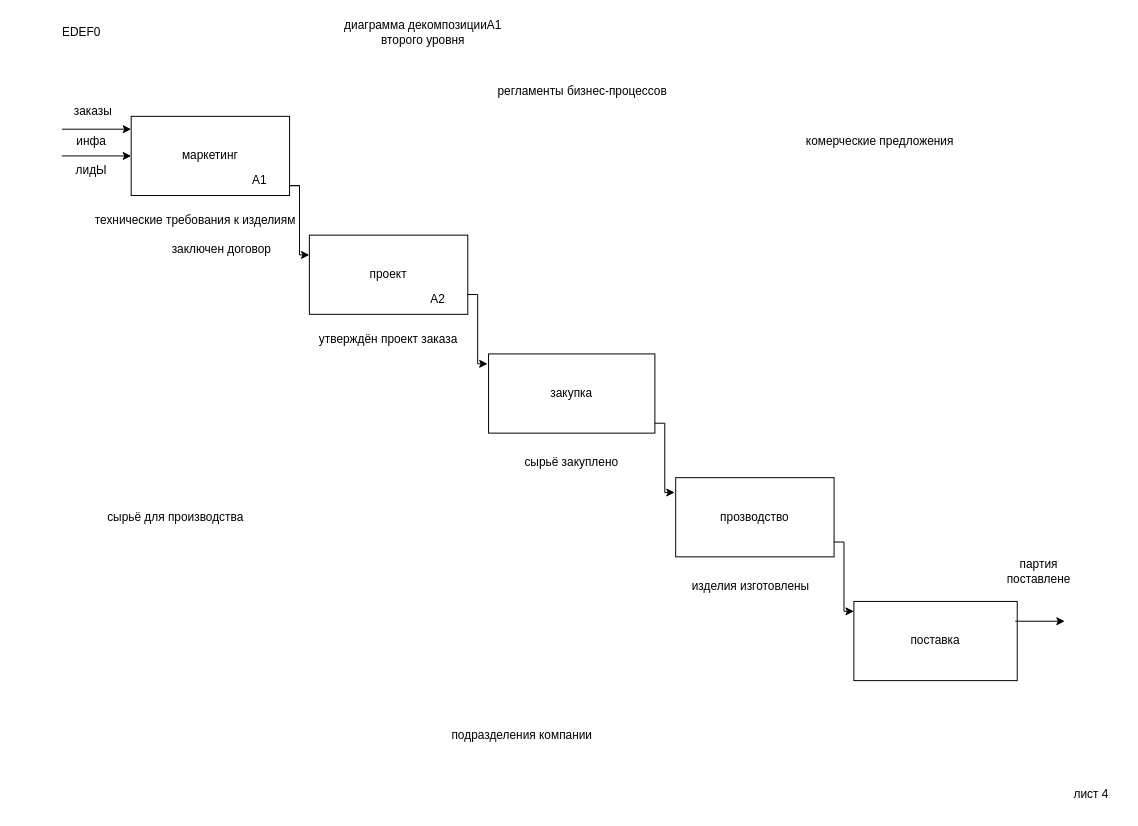
emauter/GB_mysql keeps this draw.io diagram as page "Страница — 5" (5 of 6) of newexample2025.drawio. Above is the earlier version. Source tidied: cells renumbered, new cells numbered last; positions are measured from the earlier drawing's top-left corner, leaving out a move shared by most shapes. Both pictures are drawn from the tidied source at 99%, with x=0, y=0 at pixel (17, 17).
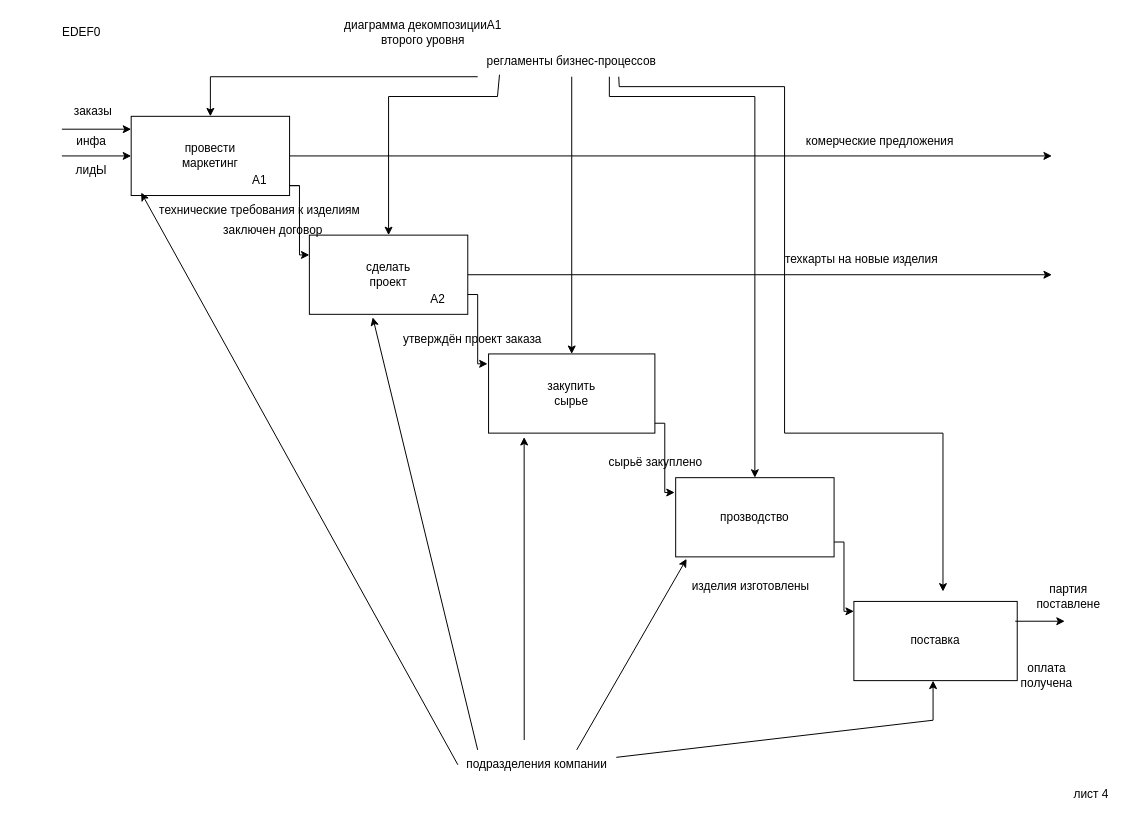
After the change.

The change refers to these unchanged cells:
```xml
<mxCell id="20" value="прозводство" style="rounded=0;whiteSpace=wrap;html=1;" parent="1" vertex="1">
  <mxGeometry x="665" y="465" width="160" height="80" as="geometry" />
</mxCell>
```

What changed in the source:
```diff
@@
     <mxCell id="6" value="подразделения компании" style="text;html=1;align=center;verticalAlign=middle;whiteSpace=wrap;rounded=0;" parent="1" vertex="1">
-      <mxGeometry x="430" y="710" width="160" height="30" as="geometry" />
+      <mxGeometry x="445" y="740" width="160" height="30" as="geometry" />
     </mxCell>
     <mxCell id="7" value="регламенты бизнес-процессов" style="text;html=1;align=center;verticalAlign=middle;whiteSpace=wrap;rounded=0;" parent="1" vertex="1">
-      <mxGeometry x="476" y="60" width="190" height="30" as="geometry" />
+      <mxGeometry x="465" y="30" width="190" height="30" as="geometry" />
     </mxCell>
@@
     <mxCell id="10" value="технические требования к изделиям" style="text;html=1;align=center;verticalAlign=middle;whiteSpace=wrap;rounded=0;" parent="1" vertex="1">
-      <mxGeometry x="75" y="190" width="210" height="30" as="geometry" />
+      <mxGeometry x="140" y="180" width="210" height="30" as="geometry" />
     </mxCell>
@@
-    <mxCell id="12" value="сырьё для производства" style="text;html=1;align=center;verticalAlign=middle;whiteSpace=wrap;rounded=0;" parent="1" vertex="1">
-      <mxGeometry x="85" y="490" width="150" height="30" as="geometry" />
-    </mxCell>
@@
-    <mxCell id="15" value="маркетинг" style="rounded=0;whiteSpace=wrap;html=1;" parent="1" vertex="1">
+    <mxCell id="15" value="провести&lt;div&gt;маркетинг&lt;/div&gt;" style="rounded=0;whiteSpace=wrap;html=1;" parent="1" vertex="1">
       <mxGeometry x="115" y="100" width="160" height="80" as="geometry" />
     </mxCell>
-    <mxCell id="16" value="проект" style="rounded=0;whiteSpace=wrap;html=1;" parent="1" vertex="1">
+    <mxCell id="16" value="сделать&lt;div&gt;проект&lt;/div&gt;" style="rounded=0;whiteSpace=wrap;html=1;" parent="1" vertex="1">
       <mxGeometry x="295" y="220" width="160" height="80" as="geometry" />
     </mxCell>
@@
-    <mxCell id="19" value="закупка" style="rounded=0;whiteSpace=wrap;html=1;" parent="1" vertex="1">
+    <mxCell id="19" value="закупить&lt;div&gt;сырье&lt;/div&gt;" style="rounded=0;whiteSpace=wrap;html=1;" parent="1" vertex="1">
       <mxGeometry x="476" y="340" width="168" height="80" as="geometry" />
     </mxCell>
@@
     <mxCell id="27" value="заключен договор" style="text;html=1;align=center;verticalAlign=middle;whiteSpace=wrap;rounded=0;rotation=0;" parent="1" vertex="1">
-      <mxGeometry x="115" y="220" width="183" height="30" as="geometry" />
+      <mxGeometry x="167" y="200" width="183" height="30" as="geometry" />
     </mxCell>
@@
     <mxCell id="29" value="утверждён проект заказа" style="text;html=1;align=center;verticalAlign=middle;whiteSpace=wrap;rounded=0;" parent="1" vertex="1">
-      <mxGeometry x="280" y="310" width="190" height="30" as="geometry" />
+      <mxGeometry x="365" y="310" width="190" height="30" as="geometry" />
     </mxCell>
     <mxCell id="30" value="партия поставлене" style="text;html=1;align=center;verticalAlign=middle;whiteSpace=wrap;rounded=0;" parent="1" vertex="1">
-      <mxGeometry x="985" y="545" width="93.5" height="30" as="geometry" />
+      <mxGeometry x="1015" y="570" width="93.5" height="30" as="geometry" />
     </mxCell>
     <mxCell id="31" value="сырьё закуплено" style="text;html=1;align=center;verticalAlign=middle;whiteSpace=wrap;rounded=0;" parent="1" vertex="1">
-      <mxGeometry x="475" y="435" width="170" height="30" as="geometry" />
+      <mxGeometry x="560" y="435" width="170" height="30" as="geometry" />
     </mxCell>
+    <mxCell id="32" style="endArrow=classic;html=1;rounded=0;" parent="1" edge="1">
+      <mxGeometry relative="1" as="geometry">
+        <mxPoint x="275" y="140" as="sourcePoint" />
+        <mxPoint x="1045" y="140" as="targetPoint" />
+      </mxGeometry>
+    </mxCell>
+    <mxCell id="33" style="endArrow=classic;html=1;rounded=0;entryX=0.5;entryY=0;entryDx=0;entryDy=0;exitX=0;exitY=1;exitDx=0;exitDy=0;" parent="1" edge="1" source="7" target="15">
+      <mxGeometry relative="1" as="geometry">
+        <Array as="points">
+          <mxPoint x="195" y="60" />
+        </Array>
+      </mxGeometry>
+    </mxCell>
+    <mxCell id="34" style="endArrow=classic;html=1;rounded=0;exitX=0.116;exitY=0.933;exitDx=0;exitDy=0;exitPerimeter=0;entryX=0.5;entryY=0;entryDx=0;entryDy=0;" parent="1" edge="1" source="7" target="16">
+      <mxGeometry relative="1" as="geometry">
+        <Array as="points">
+          <mxPoint x="485" y="80" />
+          <mxPoint x="375" y="80" />
+        </Array>
+      </mxGeometry>
+    </mxCell>
+    <mxCell id="35" style="endArrow=classic;html=1;rounded=0;" parent="1" edge="1">
+      <mxGeometry relative="1" as="geometry">
+        <mxPoint x="455" y="260" as="sourcePoint" />
+        <mxPoint x="1045" y="260" as="targetPoint" />
+      </mxGeometry>
+    </mxCell>
+    <mxCell id="36" value="техкарты на новые изделия" style="text;html=1;align=center;verticalAlign=middle;whiteSpace=wrap;rounded=0;" parent="1" vertex="1">
+      <mxGeometry x="758" y="230" width="190" height="30" as="geometry" />
+    </mxCell>
+    <mxCell id="37" style="endArrow=classic;html=1;rounded=0;exitX=0.5;exitY=1;exitDx=0;exitDy=0;entryX=0.5;entryY=0;entryDx=0;entryDy=0;" parent="1" edge="1" source="7" target="19">
+      <mxGeometry relative="1" as="geometry" />
+    </mxCell>
+    <mxCell id="38" style="endArrow=classic;html=1;rounded=0;exitX=0.7;exitY=1;exitDx=0;exitDy=0;exitPerimeter=0;entryX=0.5;entryY=0;entryDx=0;entryDy=0;" parent="1" edge="1" source="7" target="20">
+      <mxGeometry relative="1" as="geometry">
+        <Array as="points">
+          <mxPoint x="598" y="80" />
+          <mxPoint x="745" y="80" />
+        </Array>
+      </mxGeometry>
+    </mxCell>
+    <mxCell id="39" style="endArrow=classic;html=1;rounded=0;exitX=0.75;exitY=1;exitDx=0;exitDy=0;" parent="1" edge="1" source="7">
+      <mxGeometry relative="1" as="geometry">
+        <mxPoint x="935" y="580" as="targetPoint" />
+        <Array as="points">
+          <mxPoint x="608" y="70" />
+          <mxPoint x="775" y="70" />
+          <mxPoint x="775" y="420" />
+          <mxPoint x="935" y="420" />
+        </Array>
+      </mxGeometry>
+    </mxCell>
+    <mxCell id="40" style="endArrow=classic;html=1;rounded=0;entryX=0.4;entryY=1.038;entryDx=0;entryDy=0;entryPerimeter=0;exitX=0.125;exitY=0;exitDx=0;exitDy=0;exitPerimeter=0;" parent="1" edge="1" source="6" target="16">
+      <mxGeometry relative="1" as="geometry" />
+    </mxCell>
+    <mxCell id="41" style="endArrow=classic;html=1;rounded=0;entryX=0.063;entryY=0.963;entryDx=0;entryDy=0;entryPerimeter=0;exitX=0;exitY=0.5;exitDx=0;exitDy=0;" parent="1" edge="1" source="6" target="15">
+      <mxGeometry relative="1" as="geometry" />
+    </mxCell>
+    <mxCell id="42" style="endArrow=classic;html=1;rounded=0;entryX=0.214;entryY=1.05;entryDx=0;entryDy=0;entryPerimeter=0;" parent="1" edge="1" target="19">
+      <mxGeometry relative="1" as="geometry">
+        <mxPoint x="512" y="730" as="sourcePoint" />
+      </mxGeometry>
+    </mxCell>
+    <mxCell id="43" style="endArrow=classic;html=1;rounded=0;entryX=0.069;entryY=1.025;entryDx=0;entryDy=0;entryPerimeter=0;exitX=0.75;exitY=0;exitDx=0;exitDy=0;" parent="1" edge="1" source="6" target="20">
+      <mxGeometry relative="1" as="geometry" />
+    </mxCell>
+    <mxCell id="44" style="endArrow=classic;html=1;rounded=0;exitX=1;exitY=0.25;exitDx=0;exitDy=0;" parent="1" edge="1" source="6">
+      <mxGeometry relative="1" as="geometry">
+        <mxPoint x="925" y="670" as="targetPoint" />
+        <Array as="points">
+          <mxPoint x="925" y="710" />
+        </Array>
+      </mxGeometry>
+    </mxCell>
+    <mxCell id="45" value="оплата получена" style="text;html=1;align=center;verticalAlign=middle;whiteSpace=wrap;rounded=0;" parent="1" vertex="1">
+      <mxGeometry x="1010" y="650" width="60" height="30" as="geometry" />
+    </mxCell>
```
